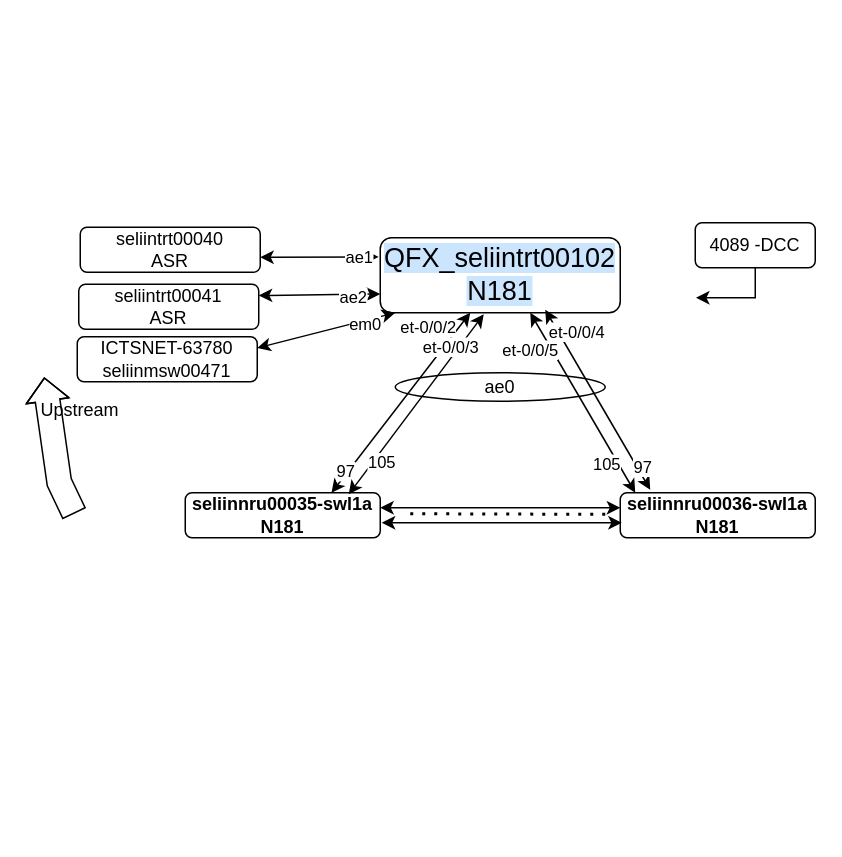
Before: page "VPN01313" (4 of 4) of N99_N280EXMPLE.drawio in nabi69/python-random-quote, a draw.io diagram. Source tidied: cells renumbered, new cells numbered last; positions are measured from the earlier drawing's top-left corner, leaving out a move shared by most shapes. Both pictures are drawn from the tidied source at 150%, with x=0, y=0 at pixel (34, 222).
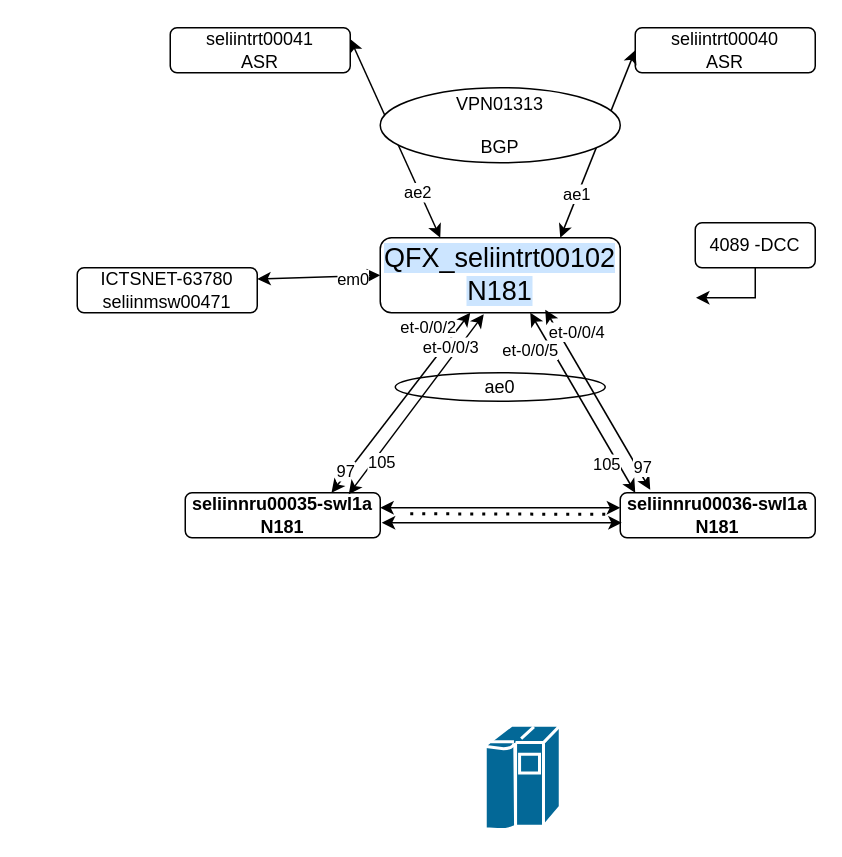
The same page after the edit.

The change refers to these unchanged cells:
```xml
<mxCell id="3" value="&lt;font style=&quot;font-size: 18px; background-color: rgb(204, 229, 255);&quot;&gt;QFX_seliintrt00102&lt;br style=&quot;&quot;&gt;N181&lt;/font&gt;" style="rounded=1;whiteSpace=wrap;html=1;fontSize=8;" parent="1" vertex="1">
  <mxGeometry x="230" y="10" width="160" height="50" as="geometry" />
</mxCell>
```

The edit, as a diff of the source:
```diff
@@
-    <mxCell id="10" style="endArrow=classic;startArrow=classic;html=1;rounded=0;exitX=0;exitY=0.75;exitDx=0;exitDy=0;entryX=1;entryY=0.25;entryDx=0;entryDy=0;" parent="1" edge="1" source="3" target="23">
+    <mxCell id="10" style="endArrow=classic;startArrow=classic;html=1;rounded=0;exitX=0.25;exitY=0;exitDx=0;exitDy=0;entryX=1;entryY=0.25;entryDx=0;entryDy=0;" parent="1" edge="1" source="3" target="23">
       <mxGeometry relative="1" as="geometry" />
     </mxCell>
@@
     <mxCell id="22" value="seliintrt00040&lt;br&gt;ASR" style="rounded=1;whiteSpace=wrap;html=1;" parent="1" vertex="1">
-      <mxGeometry x="30" y="3" width="120" height="30" as="geometry" />
+      <mxGeometry x="400" y="-130" width="120" height="30" as="geometry" />
     </mxCell>
     <mxCell id="23" value="seliintrt00041&lt;br style=&quot;border-color: var(--border-color);&quot;&gt;ASR" style="rounded=1;whiteSpace=wrap;html=1;" parent="1" vertex="1">
-      <mxGeometry x="29" y="41" width="120" height="30" as="geometry" />
+      <mxGeometry x="90" y="-130" width="120" height="30" as="geometry" />
     </mxCell>
@@
-    <mxCell id="25" style="endArrow=classic;startArrow=classic;html=1;rounded=0;" parent="1" edge="1">
-      <mxGeometry relative="1" as="geometry">
-        <mxPoint x="229" y="22.8" as="sourcePoint" />
-        <mxPoint x="150" y="23" as="targetPoint" />
-      </mxGeometry>
+    <mxCell id="25" style="endArrow=classic;startArrow=classic;html=1;rounded=0;entryX=0.75;entryY=0;entryDx=0;entryDy=0;exitX=0;exitY=0.5;exitDx=0;exitDy=0;" parent="1" edge="1" source="22" target="3">
+      <mxGeometry relative="1" as="geometry" />
     </mxCell>
     <mxCell id="26" value="ae1" style="edgeLabel;html=1;align=center;verticalAlign=middle;" parent="25" vertex="1">
-      <mxGeometry x="-0.64" relative="1" as="geometry" />
+      <mxGeometry x="-0.64" relative="1" as="geometry">
+        <mxPoint x="-31" y="73" as="offset" />
+      </mxGeometry>
     </mxCell>
-    <mxCell id="27" value="Upstream" style="text;html=1;strokeColor=none;fillColor=none;align=center;verticalAlign=middle;whiteSpace=wrap;rounded=0;" parent="1" vertex="1">
-      <mxGeometry y="110" width="60" height="30" as="geometry" />
-    </mxCell>
-    <mxCell id="28" style="shape=flexArrow;endArrow=classic;html=1;rounded=0;width=16.47058823529412;endSize=4.764705882352941;endWidth=11.21107266435986;" parent="1" edge="1">
-      <mxGeometry relative="1" as="geometry">
-        <mxPoint x="26" y="194" as="sourcePoint" />
-        <mxPoint x="6" y="103" as="targetPoint" />
-        <Array as="points">
-          <mxPoint x="16" y="173" />
-        </Array>
-      </mxGeometry>
-    </mxCell>
     <mxCell id="29" value="ICTSNET-63780&lt;br&gt;seliinmsw00471" style="rounded=1;whiteSpace=wrap;html=1;" parent="1" vertex="1">
-      <mxGeometry x="28" y="76" width="120" height="30" as="geometry" />
+      <mxGeometry x="28" y="30" width="120" height="30" as="geometry" />
     </mxCell>
-    <mxCell id="30" style="endArrow=classic;startArrow=classic;html=1;rounded=0;exitX=0;exitY=0.75;exitDx=0;exitDy=0;entryX=1;entryY=0.25;entryDx=0;entryDy=0;" parent="1" edge="1" target="29">
-      <mxGeometry relative="1" as="geometry">
-        <mxPoint x="240" y="60" as="sourcePoint" />
-      </mxGeometry>
+    <mxCell id="30" style="endArrow=classic;startArrow=classic;html=1;rounded=0;exitX=0;exitY=0.5;exitDx=0;exitDy=0;entryX=1;entryY=0.25;entryDx=0;entryDy=0;" parent="1" edge="1" source="3" target="29">
+      <mxGeometry relative="1" as="geometry" />
     </mxCell>
@@
+    <mxCell id="34" value="VPN01313&lt;br&gt;&lt;br&gt;BGP" style="ellipse;whiteSpace=wrap;html=1;" parent="1" vertex="1">
+      <mxGeometry x="230" y="-90" width="160" height="50" as="geometry" />
+    </mxCell>
+    <mxCell id="35" style="shape=mxgraph.cisco.computers_and_peripherals.ibm_mainframe;sketch=0;html=1;dashed=0;fillColor=#036897;strokeColor=#ffffff;strokeWidth=2;verticalLabelPosition=bottom;verticalAlign=top;align=center;" parent="1" vertex="1">
+      <mxGeometry x="300" y="335" width="50" height="70" as="geometry" />
+    </mxCell>
```
